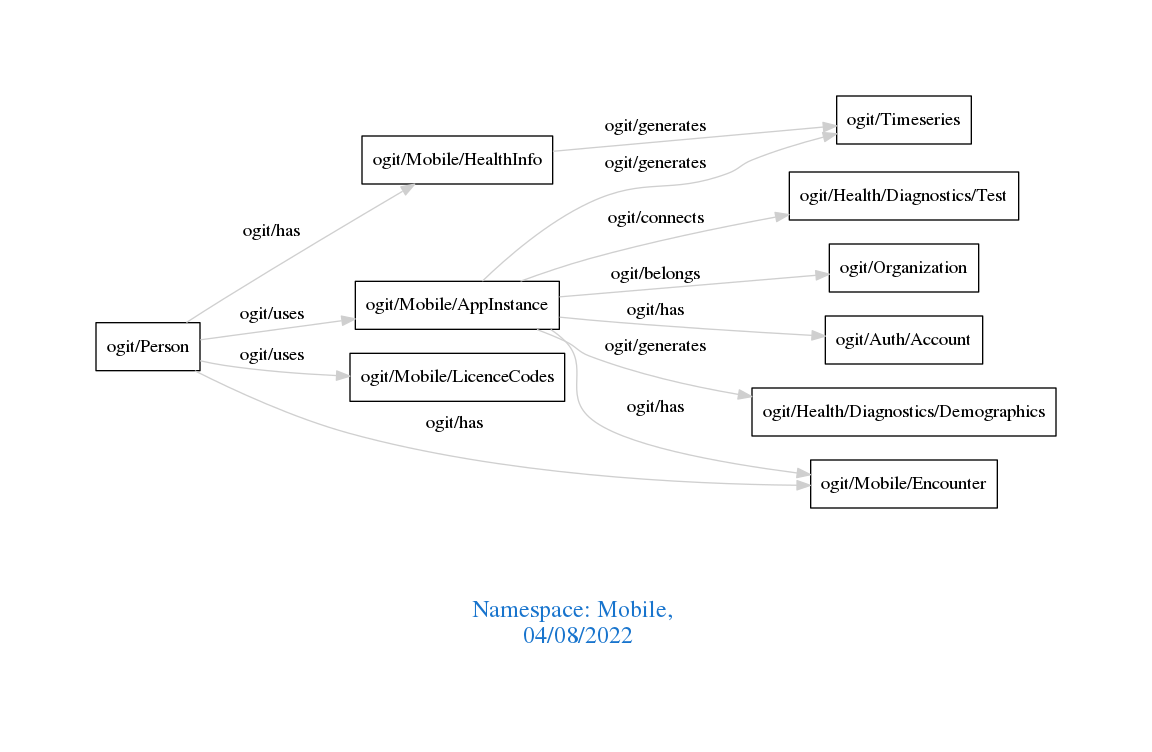
Before: downloads/Mobile.png, a diagram exported from Graphviz (arago/OGIT). Its source is kept beside it as downloads/Mobile.dot.
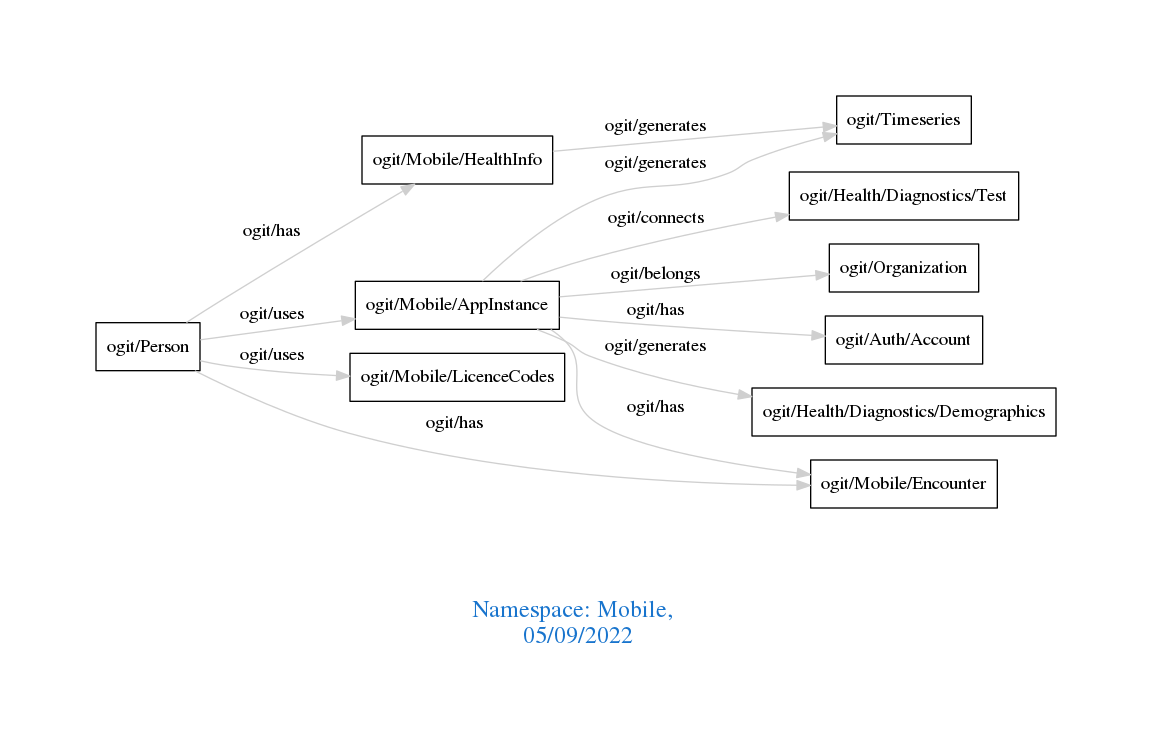
After the commit.

Change to the diagram source:
```diff
@@ -1,7 +1,7 @@
 digraph OGIT_ontology {
  graph [ rankdir= LR,pad=1
 fontsize = 18,
-fontcolor= dodgerblue3,label = "\n\n\nNamespace: Mobile, \n 04/08/2022"];
+fontcolor= dodgerblue3,label = "\n\n\nNamespace: Mobile, \n 05/09/2022"];
 node[shape=polygon];
 edge [  color="gray81"];
 
```
